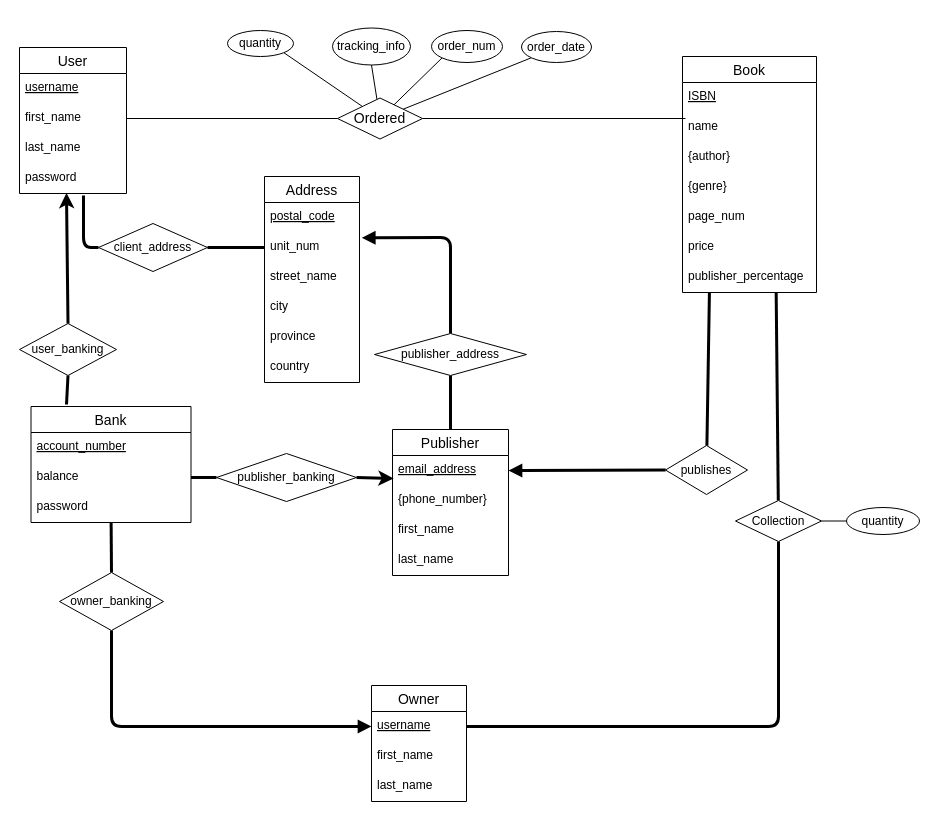
Earlier version of the draw.io diagram Diagrams/2.1 Conceptual Design.drawio (MiniEinsteinD/BookStore). Source tidied: cells renumbered, new cells numbered last; positions are measured from the earlier drawing's top-left corner, leaving out a move shared by most shapes. Both pictures are drawn from the tidied source at 100%, with x=0, y=0 at pixel (19, 28).
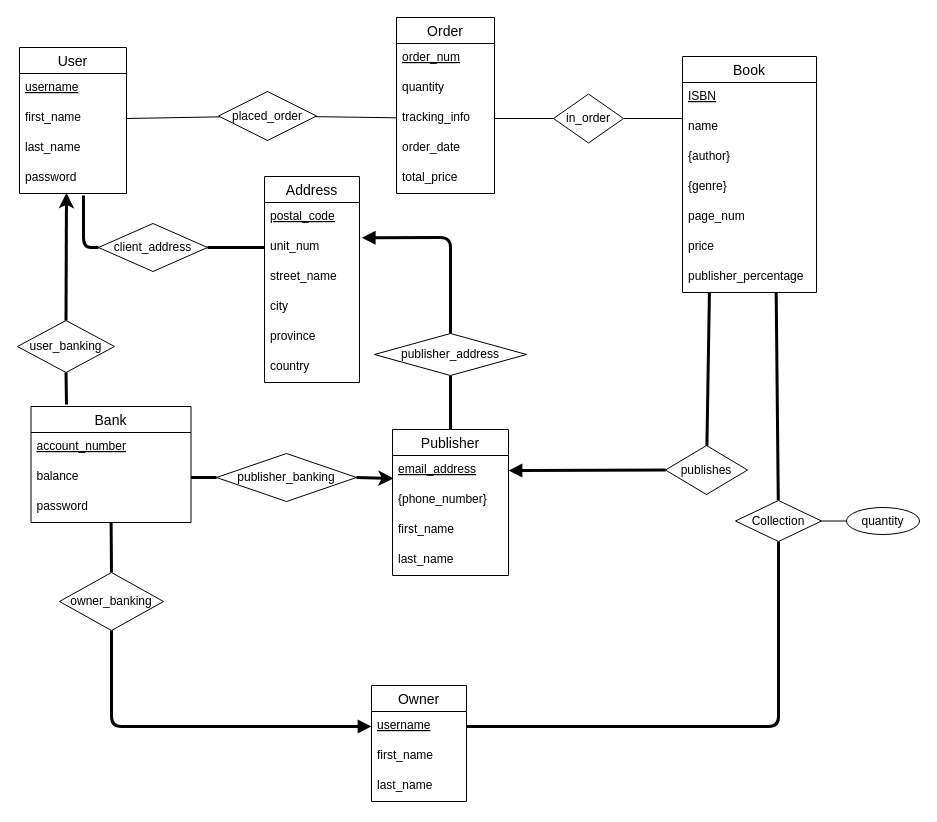
After the change.

Unchanged cells that the change refers to:
```xml
<mxCell id="4" value="first_name        " style="text;strokeColor=none;fillColor=none;spacingLeft=4;spacingRight=4;overflow=hidden;points=[[0,0.5],[1,0.5]];portConstraint=eastwest;fontSize=12;fontColor=default;" parent="2" vertex="1">
  <mxGeometry y="56" width="107" height="30" as="geometry" />
</mxCell>
<mxCell id="9" value="name" style="text;strokeColor=none;fillColor=none;spacingLeft=4;spacingRight=4;overflow=hidden;points=[[0,0.5],[1,0.5]];portConstraint=eastwest;fontSize=12;fontColor=default;" parent="7" vertex="1">
  <mxGeometry y="56" width="134" height="30" as="geometry" />
</mxCell>
```

What changed in the source:
```diff
@@
     <mxCell id="26" value="user_banking" style="shape=rhombus;perimeter=rhombusPerimeter;whiteSpace=wrap;html=1;align=center;fontColor=default;" parent="1" vertex="1">
-      <mxGeometry y="295" width="97" height="52" as="geometry" />
+      <mxGeometry x="-2" y="292" width="97" height="52" as="geometry" />
     </mxCell>
@@
-    <mxCell id="37" style="edgeStyle=none;html=1;entryX=0;entryY=1;entryDx=0;entryDy=0;endArrow=none;endFill=0;" parent="1" edge="1" source="43" target="44">
-      <mxGeometry relative="1" as="geometry" />
-    </mxCell>
-    <mxCell id="38" style="edgeStyle=none;html=1;entryX=0;entryY=1;entryDx=0;entryDy=0;endArrow=none;endFill=0;" parent="1" edge="1" source="43" target="47">
-      <mxGeometry relative="1" as="geometry" />
-    </mxCell>
-    <mxCell id="39" style="edgeStyle=none;html=1;entryX=0.5;entryY=1;entryDx=0;entryDy=0;endArrow=none;endFill=0;" parent="1" edge="1" source="43" target="45">
-      <mxGeometry relative="1" as="geometry" />
-    </mxCell>
-    <mxCell id="40" style="edgeStyle=none;html=1;entryX=1;entryY=1;entryDx=0;entryDy=0;endArrow=none;endFill=0;" parent="1" edge="1" source="43" target="46">
-      <mxGeometry relative="1" as="geometry" />
-    </mxCell>
-    <mxCell id="41" style="edgeStyle=none;html=1;entryX=1;entryY=0.5;entryDx=0;entryDy=0;endArrow=none;endFill=0;" parent="1" edge="1" source="43" target="4">
-      <mxGeometry relative="1" as="geometry" />
-    </mxCell>
-    <mxCell id="42" style="edgeStyle=none;html=1;endArrow=none;endFill=0;" parent="1" edge="1" source="43">
-      <mxGeometry relative="1" as="geometry">
-        <mxPoint x="666" y="90" as="targetPoint" />
-      </mxGeometry>
-    </mxCell>
-    <mxCell id="43" value="&lt;span style=&quot;font-size: 14px&quot;&gt;Ordered&lt;/span&gt;" style="shape=rhombus;perimeter=rhombusPerimeter;whiteSpace=wrap;html=1;align=center;fontColor=default;" parent="1" vertex="1">
-      <mxGeometry x="318" y="69.5" width="85" height="41" as="geometry" />
-    </mxCell>
-    <mxCell id="44" value="&lt;span style=&quot;text-align: left&quot;&gt;order_date&lt;/span&gt;" style="ellipse;whiteSpace=wrap;html=1;align=center;fontColor=default;" parent="1" vertex="1">
-      <mxGeometry x="502" y="3" width="70" height="31" as="geometry" />
-    </mxCell>
-    <mxCell id="45" value="&lt;span style=&quot;text-align: left&quot;&gt;tracking_info&lt;/span&gt;" style="ellipse;whiteSpace=wrap;html=1;align=center;fontColor=default;" parent="1" vertex="1">
-      <mxGeometry x="313" y="-0.5" width="78" height="37" as="geometry" />
-    </mxCell>
-    <mxCell id="46" value="&lt;span style=&quot;text-align: left&quot;&gt;quantity&lt;/span&gt;" style="ellipse;whiteSpace=wrap;html=1;align=center;fontColor=default;" parent="1" vertex="1">
-      <mxGeometry x="208" y="2" width="66" height="26" as="geometry" />
-    </mxCell>
-    <mxCell id="47" value="&lt;span style=&quot;text-align: left&quot;&gt;order_num&lt;/span&gt;" style="ellipse;whiteSpace=wrap;html=1;align=center;fontColor=default;" parent="1" vertex="1">
-      <mxGeometry x="412" y="2" width="71" height="32" as="geometry" />
-    </mxCell>
@@
+    <mxCell id="69" value="Order" style="swimlane;fontStyle=0;horizontal=1;startSize=26;align=center;fontSize=14;" parent="1" vertex="1">
+      <mxGeometry x="377" y="-11" width="98" height="176" as="geometry" />
+    </mxCell>
+    <mxCell id="47" value="order_num" style="text;strokeColor=none;fillColor=none;spacingLeft=4;spacingRight=4;overflow=hidden;points=[[0,0.5],[1,0.5]];portConstraint=eastwest;fontSize=12;fontStyle=4;" parent="69" vertex="1">
+      <mxGeometry y="26" width="98" height="30" as="geometry" />
+    </mxCell>
+    <mxCell id="46" value="quantity" style="text;strokeColor=none;fillColor=none;spacingLeft=4;spacingRight=4;overflow=hidden;points=[[0,0.5],[1,0.5]];portConstraint=eastwest;fontSize=12;" parent="69" vertex="1">
+      <mxGeometry y="56" width="98" height="30" as="geometry" />
+    </mxCell>
+    <mxCell id="45" value="tracking_info" style="text;strokeColor=none;fillColor=none;spacingLeft=4;spacingRight=4;overflow=hidden;points=[[0,0.5],[1,0.5]];portConstraint=eastwest;fontSize=12;" parent="69" vertex="1">
+      <mxGeometry y="86" width="98" height="30" as="geometry" />
+    </mxCell>
+    <mxCell id="44" value="order_date" style="text;strokeColor=none;fillColor=none;spacingLeft=4;spacingRight=4;overflow=hidden;points=[[0,0.5],[1,0.5]];portConstraint=eastwest;fontSize=12;" parent="69" vertex="1">
+      <mxGeometry y="116" width="98" height="30" as="geometry" />
+    </mxCell>
+    <mxCell id="70" value="total_price" style="text;strokeColor=none;fillColor=none;spacingLeft=4;spacingRight=4;overflow=hidden;fontSize=12;" parent="69" vertex="1">
+      <mxGeometry y="146" width="98" height="30" as="geometry" />
+    </mxCell>
+    <mxCell id="71" style="edgeStyle=none;html=1;entryX=1;entryY=0.5;entryDx=0;entryDy=0;endArrow=none;endFill=0;" parent="1" edge="1" source="73" target="45">
+      <mxGeometry relative="1" as="geometry" />
+    </mxCell>
+    <mxCell id="72" style="edgeStyle=none;html=1;entryX=0;entryY=0.2;entryDx=0;entryDy=0;entryPerimeter=0;endArrow=none;endFill=0;" parent="1" edge="1" source="73" target="9">
+      <mxGeometry relative="1" as="geometry" />
+    </mxCell>
+    <mxCell id="73" value="in_order" style="shape=rhombus;perimeter=rhombusPerimeter;whiteSpace=wrap;html=1;align=center;fontColor=default;" parent="1" vertex="1">
+      <mxGeometry x="534" y="65.5" width="70" height="49" as="geometry" />
+    </mxCell>
+    <mxCell id="74" style="edgeStyle=none;html=1;endArrow=none;endFill=0;" parent="1" edge="1" source="76" target="45">
+      <mxGeometry relative="1" as="geometry" />
+    </mxCell>
+    <mxCell id="75" style="edgeStyle=none;html=1;entryX=1;entryY=0.5;entryDx=0;entryDy=0;endArrow=none;endFill=0;" parent="1" edge="1" source="76" target="4">
+      <mxGeometry relative="1" as="geometry" />
+    </mxCell>
+    <mxCell id="76" value="placed_order" style="shape=rhombus;perimeter=rhombusPerimeter;whiteSpace=wrap;html=1;align=center;fontColor=default;" parent="1" vertex="1">
+      <mxGeometry x="199" y="63" width="98" height="49" as="geometry" />
+    </mxCell>
```
